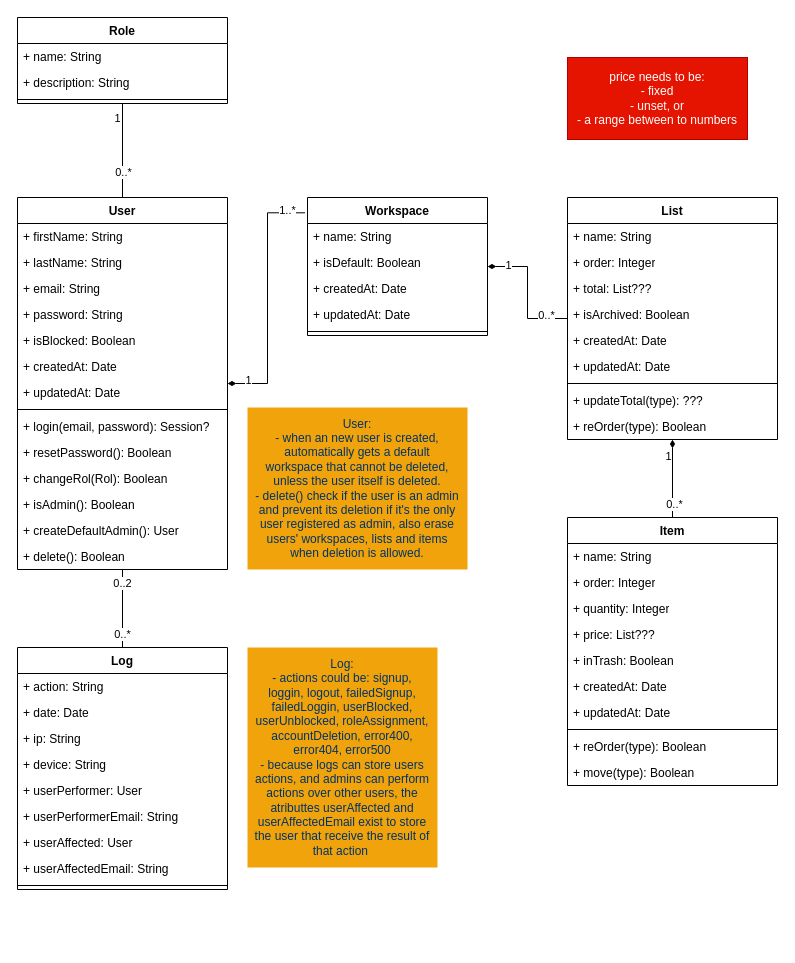
Before: page "Classes" (2 of 3) of documents/diagrams.drawio in n1c0saurio/Boleta, a draw.io diagram. Source tidied: cells renumbered, new cells numbered last; positions are measured from the earlier drawing's top-left corner, leaving out a move shared by most shapes. Both pictures are drawn from the tidied source at 100%, with x=0, y=0 at pixel (17, 17).
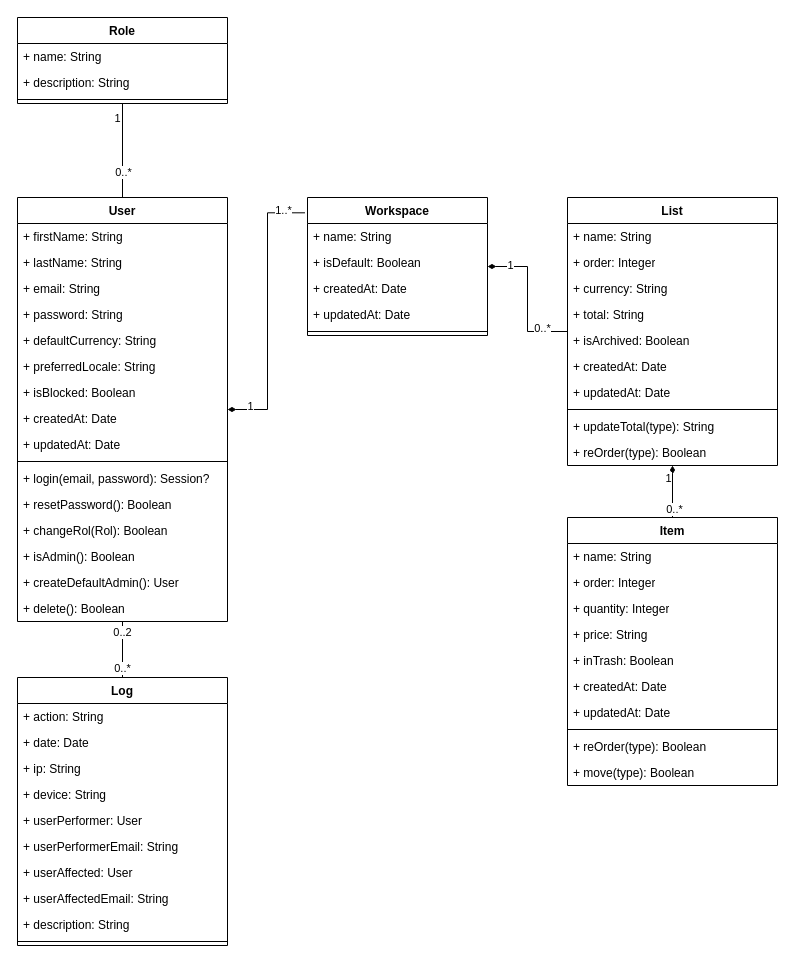
The same page after the edit.

Commit message (it also covers changes not shown here):
docs: added compose.yml example, update *ignore files and  diagrams

The change refers to these unchanged cells:
```xml
<mxCell id="45" value="Item" style="swimlane;fontStyle=1;align=center;verticalAlign=top;horizontal=1;startSize=26;whiteSpace=wrap;html=1;" parent="1" vertex="1">
  <mxGeometry x="550" y="500" width="210" height="268" as="geometry" />
</mxCell>
```

What changed in the source:
```diff
@@
     <mxCell id="8" value="User" style="swimlane;fontStyle=1;align=center;verticalAlign=top;horizontal=1;startSize=26;whiteSpace=wrap;html=1;" parent="1" vertex="1">
-      <mxGeometry y="180" width="210" height="372" as="geometry" />
+      <mxGeometry y="180" width="210" height="424" as="geometry" />
     </mxCell>
@@
+    <mxCell id="76" value="+ defaultCurrency: String" style="text;strokeColor=none;fillColor=none;align=left;verticalAlign=top;spacingLeft=4;spacingRight=4;overflow=hidden;whiteSpace=wrap;html=1;" parent="8" vertex="1">
+      <mxGeometry y="130" width="210" height="26" as="geometry" />
+    </mxCell>
+    <mxCell id="77" value="+ preferredLocale: String" style="text;strokeColor=none;fillColor=none;align=left;verticalAlign=top;spacingLeft=4;spacingRight=4;overflow=hidden;whiteSpace=wrap;html=1;" parent="8" vertex="1">
+      <mxGeometry y="156" width="210" height="26" as="geometry" />
+    </mxCell>
     <mxCell id="13" value="+ isBlocked: Boolean" style="text;strokeColor=none;fillColor=none;align=left;verticalAlign=top;spacingLeft=4;spacingRight=4;overflow=hidden;whiteSpace=wrap;html=1;" parent="8" vertex="1">
-      <mxGeometry y="130" width="210" height="26" as="geometry" />
+      <mxGeometry y="182" width="210" height="26" as="geometry" />
     </mxCell>
     <mxCell id="14" value="+ createdAt: Date" style="text;strokeColor=none;fillColor=none;align=left;verticalAlign=top;spacingLeft=4;spacingRight=4;overflow=hidden;whiteSpace=wrap;html=1;" parent="8" vertex="1">
-      <mxGeometry y="156" width="210" height="26" as="geometry" />
+      <mxGeometry y="208" width="210" height="26" as="geometry" />
     </mxCell>
     <mxCell id="15" value="+ updatedAt: Date" style="text;strokeColor=none;fillColor=none;align=left;verticalAlign=top;spacingLeft=4;spacingRight=4;overflow=hidden;whiteSpace=wrap;html=1;" parent="8" vertex="1">
-      <mxGeometry y="182" width="210" height="26" as="geometry" />
+      <mxGeometry y="234" width="210" height="26" as="geometry" />
     </mxCell>
     <mxCell id="16" style="line;strokeWidth=1;fillColor=none;align=left;verticalAlign=middle;spacingTop=-1;spacingLeft=3;spacingRight=3;labelPosition=right;strokeColor=inherit;" parent="8" vertex="1">
-      <mxGeometry y="208" width="210" height="8" as="geometry" />
+      <mxGeometry y="260" width="210" height="8" as="geometry" />
     </mxCell>
     <mxCell id="17" value="+ login(email, password): Session?" style="text;strokeColor=none;fillColor=none;align=left;verticalAlign=top;spacingLeft=4;spacingRight=4;overflow=hidden;whiteSpace=wrap;html=1;" parent="8" vertex="1">
-      <mxGeometry y="216" width="210" height="26" as="geometry" />
+      <mxGeometry y="268" width="210" height="26" as="geometry" />
     </mxCell>
     <mxCell id="18" value="+ resetPassword(): Boolean" style="text;strokeColor=none;fillColor=none;align=left;verticalAlign=top;spacingLeft=4;spacingRight=4;overflow=hidden;whiteSpace=wrap;html=1;" parent="8" vertex="1">
-      <mxGeometry y="242" width="210" height="26" as="geometry" />
+      <mxGeometry y="294" width="210" height="26" as="geometry" />
     </mxCell>
     <mxCell id="19" value="+ changeRol(Rol): Boolean" style="text;strokeColor=none;fillColor=none;align=left;verticalAlign=top;spacingLeft=4;spacingRight=4;overflow=hidden;whiteSpace=wrap;html=1;" parent="8" vertex="1">
-      <mxGeometry y="268" width="210" height="26" as="geometry" />
+      <mxGeometry y="320" width="210" height="26" as="geometry" />
     </mxCell>
     <mxCell id="20" value="+ isAdmin(): Boolean" style="text;strokeColor=none;fillColor=none;align=left;verticalAlign=top;spacingLeft=4;spacingRight=4;overflow=hidden;whiteSpace=wrap;html=1;" parent="8" vertex="1">
-      <mxGeometry y="294" width="210" height="26" as="geometry" />
+      <mxGeometry y="346" width="210" height="26" as="geometry" />
     </mxCell>
     <mxCell id="21" value="+ createDefaultAdmin(): User" style="text;strokeColor=none;fillColor=none;align=left;verticalAlign=top;spacingLeft=4;spacingRight=4;overflow=hidden;whiteSpace=wrap;html=1;" parent="8" vertex="1">
-      <mxGeometry y="320" width="210" height="26" as="geometry" />
+      <mxGeometry y="372" width="210" height="26" as="geometry" />
     </mxCell>
     <mxCell id="22" value="+ delete(): Boolean" style="text;strokeColor=none;fillColor=none;align=left;verticalAlign=top;spacingLeft=4;spacingRight=4;overflow=hidden;whiteSpace=wrap;html=1;" parent="8" vertex="1">
-      <mxGeometry y="346" width="210" height="26" as="geometry" />
+      <mxGeometry y="398" width="210" height="26" as="geometry" />
     </mxCell>
@@
     <mxCell id="35" value="List" style="swimlane;fontStyle=1;align=center;verticalAlign=top;horizontal=1;startSize=26;whiteSpace=wrap;html=1;" parent="1" vertex="1">
-      <mxGeometry x="550" y="180" width="210" height="242" as="geometry" />
+      <mxGeometry x="550" y="180" width="210" height="268" as="geometry" />
     </mxCell>
@@
+    <mxCell id="78" value="+ currency: String" style="text;strokeColor=none;fillColor=none;align=left;verticalAlign=top;spacingLeft=4;spacingRight=4;overflow=hidden;whiteSpace=wrap;html=1;" parent="35" vertex="1">
+      <mxGeometry y="78" width="210" height="26" as="geometry" />
+    </mxCell>
-    <mxCell id="38" value="+ total: List???" style="text;strokeColor=none;fillColor=none;align=left;verticalAlign=top;spacingLeft=4;spacingRight=4;overflow=hidden;whiteSpace=wrap;html=1;" parent="35" vertex="1">
-      <mxGeometry y="78" width="210" height="26" as="geometry" />
+    <mxCell id="38" value="+ total: String" style="text;strokeColor=none;fillColor=none;align=left;verticalAlign=top;spacingLeft=4;spacingRight=4;overflow=hidden;whiteSpace=wrap;html=1;" parent="35" vertex="1">
+      <mxGeometry y="104" width="210" height="26" as="geometry" />
     </mxCell>
     <mxCell id="39" value="+ isArchived: Boolean" style="text;strokeColor=none;fillColor=none;align=left;verticalAlign=top;spacingLeft=4;spacingRight=4;overflow=hidden;whiteSpace=wrap;html=1;" parent="35" vertex="1">
-      <mxGeometry y="104" width="210" height="26" as="geometry" />
+      <mxGeometry y="130" width="210" height="26" as="geometry" />
     </mxCell>
     <mxCell id="40" value="+ createdAt: Date" style="text;strokeColor=none;fillColor=none;align=left;verticalAlign=top;spacingLeft=4;spacingRight=4;overflow=hidden;whiteSpace=wrap;html=1;" parent="35" vertex="1">
-      <mxGeometry y="130" width="210" height="26" as="geometry" />
+      <mxGeometry y="156" width="210" height="26" as="geometry" />
     </mxCell>
     <mxCell id="41" value="+ updatedAt: Date" style="text;strokeColor=none;fillColor=none;align=left;verticalAlign=top;spacingLeft=4;spacingRight=4;overflow=hidden;whiteSpace=wrap;html=1;" parent="35" vertex="1">
-      <mxGeometry y="156" width="210" height="26" as="geometry" />
+      <mxGeometry y="182" width="210" height="26" as="geometry" />
     </mxCell>
     <mxCell id="42" style="line;strokeWidth=1;fillColor=none;align=left;verticalAlign=middle;spacingTop=-1;spacingLeft=3;spacingRight=3;labelPosition=right;strokeColor=inherit;" parent="35" vertex="1">
-      <mxGeometry y="182" width="210" height="8" as="geometry" />
+      <mxGeometry y="208" width="210" height="8" as="geometry" />
     </mxCell>
-    <mxCell id="43" value="+ updateTotal(type): ???" style="text;strokeColor=none;fillColor=none;align=left;verticalAlign=top;spacingLeft=4;spacingRight=4;overflow=hidden;whiteSpace=wrap;html=1;" parent="35" vertex="1">
-      <mxGeometry y="190" width="210" height="26" as="geometry" />
+    <mxCell id="43" value="+ updateTotal(type): String" style="text;strokeColor=none;fillColor=none;align=left;verticalAlign=top;spacingLeft=4;spacingRight=4;overflow=hidden;whiteSpace=wrap;html=1;" parent="35" vertex="1">
+      <mxGeometry y="216" width="210" height="26" as="geometry" />
     </mxCell>
     <mxCell id="44" value="+ reOrder(type): Boolean" style="text;strokeColor=none;fillColor=none;align=left;verticalAlign=top;spacingLeft=4;spacingRight=4;overflow=hidden;whiteSpace=wrap;html=1;" parent="35" vertex="1">
-      <mxGeometry y="216" width="210" height="26" as="geometry" />
+      <mxGeometry y="242" width="210" height="26" as="geometry" />
     </mxCell>
@@
-    <mxCell id="49" value="+ price: List???" style="text;strokeColor=none;fillColor=none;align=left;verticalAlign=top;spacingLeft=4;spacingRight=4;overflow=hidden;whiteSpace=wrap;html=1;" parent="45" vertex="1">
+    <mxCell id="49" value="+ price: String" style="text;strokeColor=none;fillColor=none;align=left;verticalAlign=top;spacingLeft=4;spacingRight=4;overflow=hidden;whiteSpace=wrap;html=1;" parent="45" vertex="1">
       <mxGeometry y="104" width="210" height="26" as="geometry" />
     </mxCell>
@@
     <mxCell id="56" value="Log" style="swimlane;fontStyle=1;align=center;verticalAlign=top;horizontal=1;startSize=26;whiteSpace=wrap;html=1;" parent="1" vertex="1">
-      <mxGeometry y="630" width="210" height="242" as="geometry" />
+      <mxGeometry y="660" width="210" height="268" as="geometry" />
     </mxCell>
@@
+    <mxCell id="79" value="+ userAffectedEmail: String" style="text;strokeColor=none;fillColor=none;align=left;verticalAlign=top;spacingLeft=4;spacingRight=4;overflow=hidden;whiteSpace=wrap;html=1;" parent="56" vertex="1">
+      <mxGeometry y="208" width="210" height="26" as="geometry" />
+    </mxCell>
-    <mxCell id="64" value="+ userAffectedEmail: String" style="text;strokeColor=none;fillColor=none;align=left;verticalAlign=top;spacingLeft=4;spacingRight=4;overflow=hidden;whiteSpace=wrap;html=1;" parent="56" vertex="1">
-      <mxGeometry y="208" width="210" height="26" as="geometry" />
+    <mxCell id="64" value="+ description:&amp;nbsp;String" style="text;strokeColor=none;fillColor=none;align=left;verticalAlign=top;spacingLeft=4;spacingRight=4;overflow=hidden;whiteSpace=wrap;html=1;" parent="56" vertex="1">
+      <mxGeometry y="234" width="210" height="26" as="geometry" />
     </mxCell>
     <mxCell id="65" style="line;strokeWidth=1;fillColor=none;align=left;verticalAlign=middle;spacingTop=-1;spacingLeft=3;spacingRight=3;labelPosition=right;strokeColor=inherit;" parent="56" vertex="1">
-      <mxGeometry y="234" width="210" height="8" as="geometry" />
+      <mxGeometry y="260" width="210" height="8" as="geometry" />
     </mxCell>
@@
-    <mxCell id="73" value="User:&lt;br&gt;- when an new user is created, automatically gets a default workspace that cannot be deleted, unless the user itself is deleted.&lt;br&gt;- delete() check if the user is an admin and prevent its deletion if it's the only user registered as admin, also erase users' workspaces, lists and items when deletion is allowed." style="rounded=0;whiteSpace=wrap;html=1;fillColor=#f0a30a;strokeColor=none;sketch=0;labelPadding=0;comic=0;absoluteArcSize=0;fontColor=#003366;labelPosition=center;verticalLabelPosition=middle;align=center;verticalAlign=middle;spacingTop=4;spacing=4;spacingLeft=4;spacingRight=4;spacingBottom=4;" parent="1" vertex="1">
-      <mxGeometry x="230" y="390" width="220" height="162" as="geometry" />
-    </mxCell>
-    <mxCell id="74" value="price needs to be:&lt;br&gt;- fixed&lt;br&gt;- unset, or&lt;br&gt;- a range between to numbers" style="rounded=0;whiteSpace=wrap;html=1;fillColor=#e51400;strokeColor=#B20000;sketch=0;labelPadding=0;comic=0;absoluteArcSize=0;fontColor=#ffffff;labelPosition=center;verticalLabelPosition=middle;align=center;verticalAlign=middle;spacingTop=4;spacing=4;spacingLeft=4;spacingRight=4;spacingBottom=4;" parent="1" vertex="1">
-      <mxGeometry x="550" y="40" width="180" height="82" as="geometry" />
-    </mxCell>
-    <mxCell id="75" value="Log:&lt;br&gt;- actions could be: signup, loggin, logout, failedSignup, failedLoggin, userBlocked, userUnblocked, roleAssignment, accountDeletion, error400, error404, error500&lt;br&gt;- because logs can store users actions, and admins can perform actions over other users, the atributtes userAffected and userAffectedEmail exist to store the user that receive the result of that action&amp;nbsp;" style="rounded=0;whiteSpace=wrap;html=1;fillColor=#f0a30a;strokeColor=none;sketch=0;labelPadding=0;comic=0;absoluteArcSize=0;fontColor=#003366;labelPosition=center;verticalLabelPosition=middle;align=center;verticalAlign=middle;spacingTop=4;spacing=4;spacingLeft=4;spacingRight=4;spacingBottom=4;" parent="1" vertex="1">
-      <mxGeometry x="230" y="630" width="190" height="220" as="geometry" />
-    </mxCell>
```
